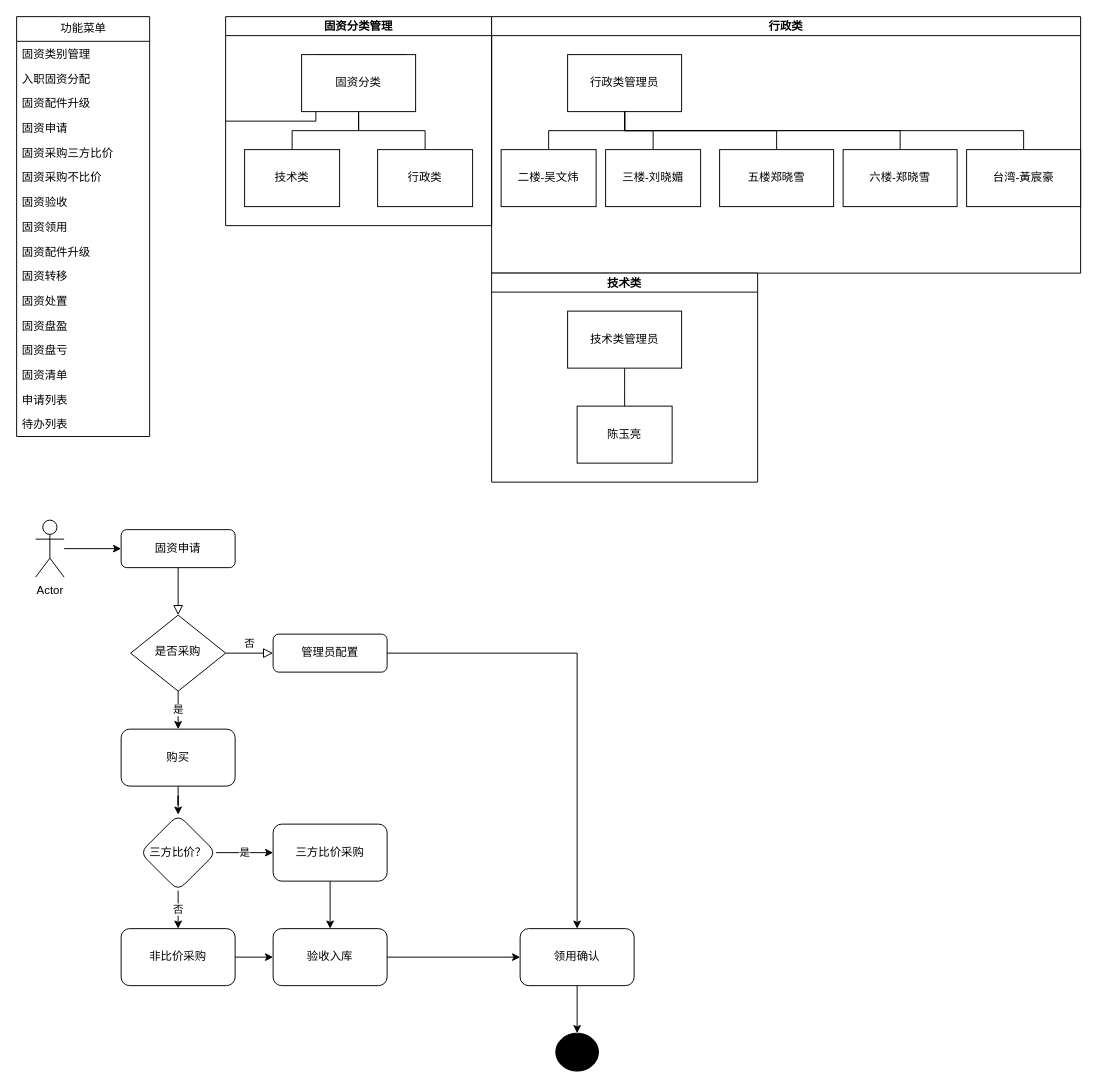
Before: 未命名绘图.drawio in cgrlancer/draw.io, a draw.io diagram. Source tidied: cells renumbered, new cells numbered last; positions are measured from the earlier drawing's top-left corner, leaving out a move shared by most shapes. Both pictures are drawn from the tidied source at 95%, with x=0, y=0 at pixel (16, 16).
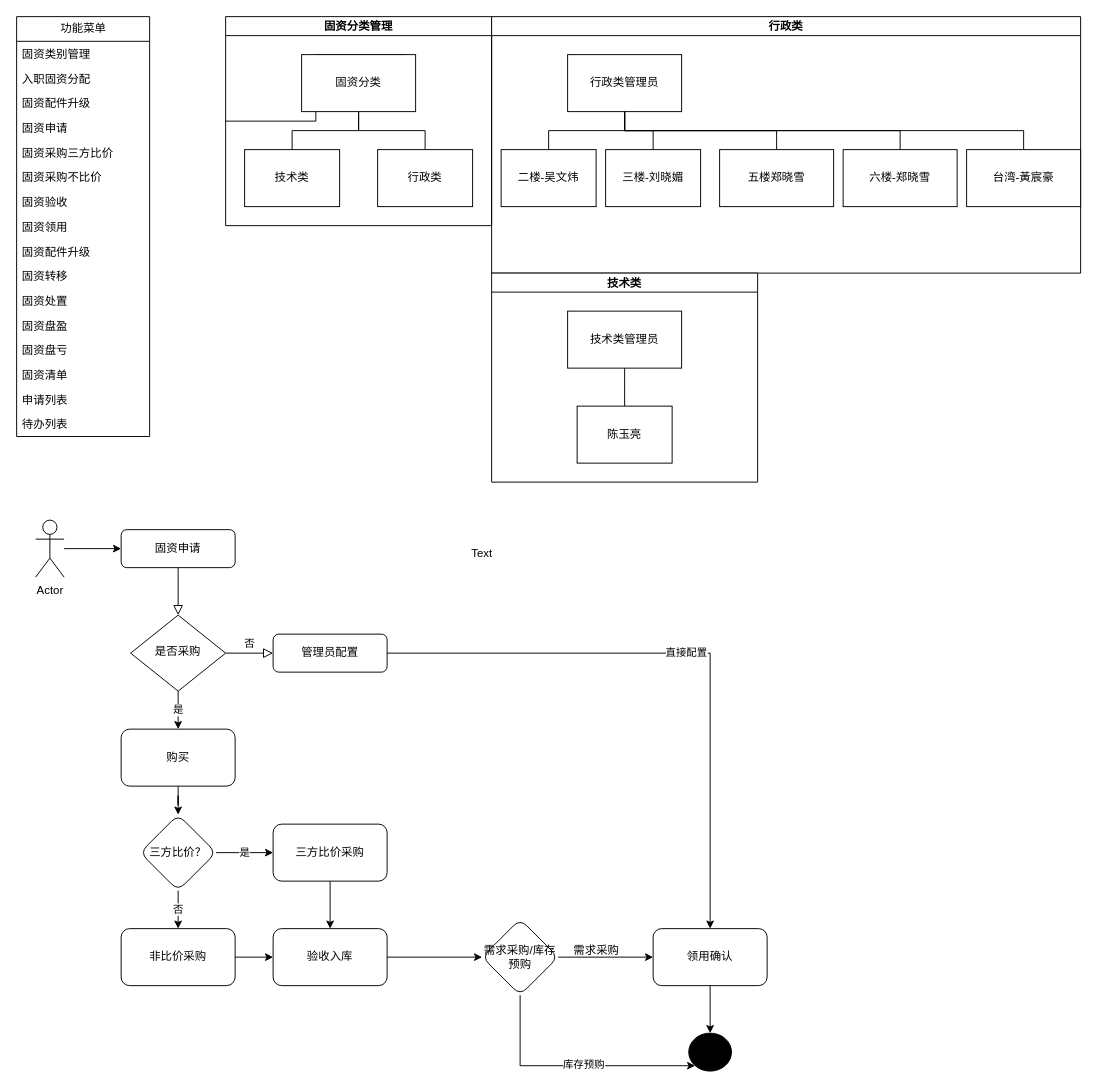
The same diagram, later.

Commit message:
更新未命名绘图.drawio

The change refers to these unchanged cells:
```xml
<mxCell id="8" value="管理员配置" style="rounded=1;whiteSpace=wrap;html=1;fontSize=12;glass=0;strokeWidth=1;shadow=0;" parent="1" vertex="1">
  <mxGeometry x="270" y="650" width="120" height="40" as="geometry" />
</mxCell>
<mxCell id="10" value="验收入库" style="rounded=1;whiteSpace=wrap;html=1;fontSize=12;glass=0;strokeWidth=1;shadow=0;" parent="1" vertex="1">
  <mxGeometry x="270" y="960" width="120" height="60" as="geometry" />
</mxCell>
```

Change to the diagram source:
```diff
@@
-    <mxCell id="7" style="edgeStyle=orthogonalEdgeStyle;rounded=0;jettySize=auto;html=1;" parent="1" edge="1" source="8" target="16">
+    <mxCell id="7" value="直接配置" style="edgeStyle=orthogonalEdgeStyle;rounded=0;jettySize=auto;html=1;" parent="1" edge="1" source="8" target="16">
       <mxGeometry relative="1" as="geometry" />
     </mxCell>
@@
-    <mxCell id="9" style="edgeStyle=orthogonalEdgeStyle;rounded=0;jettySize=auto;html=1;" parent="1" edge="1" source="10" target="16">
-      <mxGeometry relative="1" as="geometry" />
-    </mxCell>
+    <mxCell id="65" style="edgeStyle=orthogonalEdgeStyle;rounded=0;jettySize=auto;html=1;" parent="1" edge="1" source="10" target="70">
+      <mxGeometry relative="1" as="geometry" />
+    </mxCell>
@@
     <mxCell id="16" value="领用确认" style="whiteSpace=wrap;html=1;rounded=1;glass=0;strokeWidth=1;shadow=0;" parent="1" vertex="1">
-      <mxGeometry x="530" y="960" width="120" height="60" as="geometry" />
+      <mxGeometry x="670" y="960" width="120" height="60" as="geometry" />
     </mxCell>
     <mxCell id="17" style="ellipse;whiteSpace=wrap;html=1;rounded=1;glass=0;strokeWidth=1;shadow=0;fillColor=#000000;" parent="1" vertex="1">
-      <mxGeometry x="567.5" y="1070" width="45" height="40" as="geometry" />
+      <mxGeometry x="707.5" y="1070" width="45" height="40" as="geometry" />
     </mxCell>
@@
+    <mxCell id="66" value="Text" style="text;html=1;strokeColor=none;fillColor=none;align=center;verticalAlign=middle;whiteSpace=wrap;rounded=0;" parent="1" vertex="1">
+      <mxGeometry x="460" y="550" width="60" height="30" as="geometry" />
+    </mxCell>
+    <mxCell id="67" style="edgeStyle=orthogonalEdgeStyle;rounded=0;jettySize=auto;html=1;" parent="1" edge="1" source="70" target="16">
+      <mxGeometry relative="1" as="geometry" />
+    </mxCell>
+    <mxCell id="68" style="edgeStyle=orthogonalEdgeStyle;rounded=0;jettySize=auto;html=1;entryX=0;entryY=1;entryDx=0;entryDy=0;" parent="1" edge="1" source="70" target="17">
+      <mxGeometry relative="1" as="geometry">
+        <Array as="points">
+          <mxPoint x="530" y="1104" />
+        </Array>
+      </mxGeometry>
+    </mxCell>
+    <mxCell id="69" value="库存预购" style="edgeLabel;html=1;align=center;verticalAlign=middle;" parent="68" vertex="1">
+      <mxGeometry x="0.09" y="2" relative="1" as="geometry" />
+    </mxCell>
+    <mxCell id="70" value="需求采购/库存预购" style="rhombus;whiteSpace=wrap;html=1;rounded=1;glass=0;strokeWidth=1;shadow=0;" parent="1" vertex="1">
+      <mxGeometry x="490" y="950" width="80" height="80" as="geometry" />
+    </mxCell>
+    <mxCell id="71" value="需求采购" style="text;html=1;align=center;verticalAlign=middle;strokeColor=none;fillColor=none;" parent="1" vertex="1">
+      <mxGeometry x="575" y="968" width="70" height="30" as="geometry" />
+    </mxCell>
```
